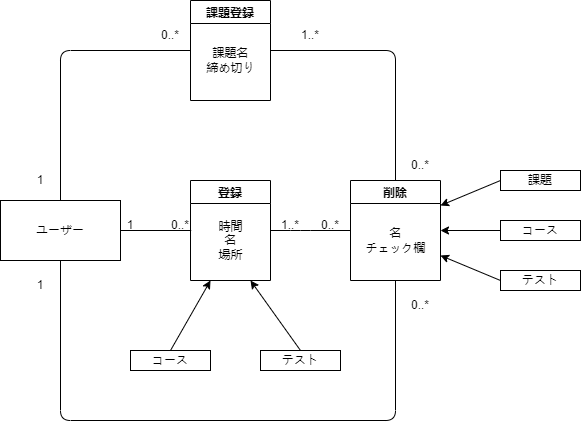
Before: Class-1.drawio.png, a diagram exported from draw.io (Hu-Hanxu/First-App-Self-Management-). Source tidied: cells renumbered, new cells last; positions are measured from the earlier drawing's top-left corner, leaving out a move shared by most shapes. Source of this version:
```xml
<mxGraphModel>
  <root>
    <mxCell id="0" />
    <mxCell id="1" parent="0" />
    <mxCell id="2" value="登録" style="swimlane;" parent="1" vertex="1">
      <mxGeometry x="190" y="180" width="80" height="100" as="geometry" />
    </mxCell>
    <mxCell id="3" value="時間&lt;br&gt;名&lt;br&gt;場所" style="text;html=1;align=center;verticalAlign=middle;strokeColor=none;fillColor=none;" parent="2" vertex="1">
      <mxGeometry x="15" y="30" width="50" height="60" as="geometry" />
    </mxCell>
    <mxCell id="4" value="課題登録" style="swimlane;" parent="1" vertex="1">
      <mxGeometry x="190" width="80" height="100" as="geometry" />
    </mxCell>
    <mxCell id="5" value="課題名&lt;br&gt;締め切り" style="text;html=1;align=center;verticalAlign=middle;strokeColor=none;fillColor=none;" parent="4" vertex="1">
      <mxGeometry x="5" y="40" width="70" height="40" as="geometry" />
    </mxCell>
    <mxCell id="6" style="endArrow=none;html=1;" parent="1" edge="1">
      <mxGeometry relative="1" as="geometry">
        <mxPoint x="120" y="230" as="sourcePoint" />
        <mxPoint x="190.7" y="230" as="targetPoint" />
      </mxGeometry>
    </mxCell>
    <mxCell id="7" style="endArrow=none;html=1;exitX=0.5;exitY=0;exitDx=0;exitDy=0;entryX=0;entryY=0.5;entryDx=0;entryDy=0;" parent="1" edge="1" target="4">
      <mxGeometry relative="1" as="geometry">
        <mxPoint x="60" y="200" as="sourcePoint" />
        <Array as="points">
          <mxPoint x="60" y="50" />
        </Array>
      </mxGeometry>
    </mxCell>
    <mxCell id="8" value="削除" style="swimlane;" parent="1" vertex="1">
      <mxGeometry x="350" y="180" width="90" height="100" as="geometry" />
    </mxCell>
    <mxCell id="9" value="名&lt;br&gt;チェック欄" style="text;html=1;align=center;verticalAlign=middle;strokeColor=none;fillColor=none;" parent="8" vertex="1">
      <mxGeometry x="5" y="40" width="80" height="40" as="geometry" />
    </mxCell>
    <mxCell id="10" style="endArrow=none;html=1;entryX=0.5;entryY=0;entryDx=0;entryDy=0;exitX=1;exitY=0.5;exitDx=0;exitDy=0;" parent="1" edge="1" source="4" target="8">
      <mxGeometry relative="1" as="geometry">
        <Array as="points">
          <mxPoint x="395" y="50" />
        </Array>
      </mxGeometry>
    </mxCell>
    <mxCell id="11" style="edgeStyle=none;html=1;exitX=0;exitY=0.5;exitDx=0;exitDy=0;entryX=1;entryY=0.25;entryDx=0;entryDy=0;" parent="1" edge="1" source="12" target="8">
      <mxGeometry relative="1" as="geometry" />
    </mxCell>
    <mxCell id="12" value="課題" style="rounded=0;whiteSpace=wrap;html=1;" parent="1" vertex="1">
      <mxGeometry x="500" y="170" width="80" height="20" as="geometry" />
    </mxCell>
    <mxCell id="13" style="edgeStyle=none;html=1;exitX=0;exitY=0.5;exitDx=0;exitDy=0;entryX=1;entryY=0.5;entryDx=0;entryDy=0;" parent="1" edge="1" source="14" target="8">
      <mxGeometry relative="1" as="geometry" />
    </mxCell>
    <mxCell id="14" value="コース" style="rounded=0;whiteSpace=wrap;html=1;" parent="1" vertex="1">
      <mxGeometry x="500" y="220" width="80" height="20" as="geometry" />
    </mxCell>
    <mxCell id="15" style="edgeStyle=none;html=1;exitX=0;exitY=0.5;exitDx=0;exitDy=0;entryX=1;entryY=0.75;entryDx=0;entryDy=0;" parent="1" edge="1" source="16" target="8">
      <mxGeometry relative="1" as="geometry" />
    </mxCell>
    <mxCell id="16" value="テスト" style="rounded=0;whiteSpace=wrap;html=1;" parent="1" vertex="1">
      <mxGeometry x="500" y="270" width="80" height="20" as="geometry" />
    </mxCell>
    <mxCell id="17" style="endArrow=none;html=1;entryX=0;entryY=0.5;entryDx=0;entryDy=0;exitX=1;exitY=0.5;exitDx=0;exitDy=0;" parent="1" edge="1" source="2" target="8">
      <mxGeometry relative="1" as="geometry">
        <Array as="points">
          <mxPoint x="300" y="230" />
        </Array>
      </mxGeometry>
    </mxCell>
    <mxCell id="18" style="edgeStyle=none;html=1;exitX=0.5;exitY=0;exitDx=0;exitDy=0;entryX=0.25;entryY=1;entryDx=0;entryDy=0;" parent="1" edge="1" source="19" target="2">
      <mxGeometry relative="1" as="geometry" />
    </mxCell>
    <mxCell id="19" value="コース" style="rounded=0;whiteSpace=wrap;html=1;" parent="1" vertex="1">
      <mxGeometry x="130" y="350" width="80" height="20" as="geometry" />
    </mxCell>
    <mxCell id="20" style="edgeStyle=none;html=1;exitX=0.5;exitY=0;exitDx=0;exitDy=0;entryX=0.75;entryY=1;entryDx=0;entryDy=0;" parent="1" edge="1" source="21" target="2">
      <mxGeometry relative="1" as="geometry" />
    </mxCell>
    <mxCell id="21" value="テスト" style="rounded=0;whiteSpace=wrap;html=1;" parent="1" vertex="1">
      <mxGeometry x="260" y="350" width="80" height="20" as="geometry" />
    </mxCell>
    <mxCell id="22" style="endArrow=none;html=1;entryX=0.5;entryY=1;entryDx=0;entryDy=0;exitX=0.5;exitY=1;exitDx=0;exitDy=0;" parent="1" edge="1" source="8">
      <mxGeometry relative="1" as="geometry">
        <mxPoint x="60" y="260" as="targetPoint" />
        <Array as="points">
          <mxPoint x="395" y="420" />
          <mxPoint x="60" y="420" />
        </Array>
      </mxGeometry>
    </mxCell>
    <mxCell id="23" value="ユーザー" style="rounded=0;whiteSpace=wrap;html=1;" parent="1" vertex="1">
      <mxGeometry y="200" width="120" height="60" as="geometry" />
    </mxCell>
    <mxCell id="24" value="1" style="text;html=1;strokeColor=none;fillColor=none;align=center;verticalAlign=middle;whiteSpace=wrap;rounded=0;" parent="1" vertex="1">
      <mxGeometry x="10" y="165" width="60" height="30" as="geometry" />
    </mxCell>
    <mxCell id="25" value="1" style="text;html=1;strokeColor=none;fillColor=none;align=center;verticalAlign=middle;whiteSpace=wrap;rounded=0;" parent="1" vertex="1">
      <mxGeometry x="100" y="210" width="60" height="30" as="geometry" />
    </mxCell>
    <mxCell id="26" value="1" style="text;html=1;strokeColor=none;fillColor=none;align=center;verticalAlign=middle;whiteSpace=wrap;rounded=0;" parent="1" vertex="1">
      <mxGeometry x="10" y="270" width="60" height="30" as="geometry" />
    </mxCell>
    <mxCell id="27" value="0..*" style="text;html=1;strokeColor=none;fillColor=none;align=center;verticalAlign=middle;whiteSpace=wrap;rounded=0;" parent="1" vertex="1">
      <mxGeometry x="140" y="20" width="60" height="30" as="geometry" />
    </mxCell>
    <mxCell id="28" value="1..*" style="text;html=1;strokeColor=none;fillColor=none;align=center;verticalAlign=middle;whiteSpace=wrap;rounded=0;" parent="1" vertex="1">
      <mxGeometry x="280" y="20" width="60" height="30" as="geometry" />
    </mxCell>
    <mxCell id="29" value="0..*" style="text;html=1;strokeColor=none;fillColor=none;align=center;verticalAlign=middle;whiteSpace=wrap;rounded=0;" parent="1" vertex="1">
      <mxGeometry x="150" y="210" width="60" height="30" as="geometry" />
    </mxCell>
    <mxCell id="30" value="1..*" style="text;html=1;strokeColor=none;fillColor=none;align=center;verticalAlign=middle;whiteSpace=wrap;rounded=0;" parent="1" vertex="1">
      <mxGeometry x="260" y="210" width="60" height="30" as="geometry" />
    </mxCell>
    <mxCell id="31" value="0..*" style="text;html=1;strokeColor=none;fillColor=none;align=center;verticalAlign=middle;whiteSpace=wrap;rounded=0;" parent="1" vertex="1">
      <mxGeometry x="300" y="210" width="60" height="30" as="geometry" />
    </mxCell>
    <mxCell id="32" value="0..*" style="text;html=1;strokeColor=none;fillColor=none;align=center;verticalAlign=middle;whiteSpace=wrap;rounded=0;" parent="1" vertex="1">
      <mxGeometry x="390" y="150" width="60" height="30" as="geometry" />
    </mxCell>
    <mxCell id="33" value="0..*" style="text;html=1;strokeColor=none;fillColor=none;align=center;verticalAlign=middle;whiteSpace=wrap;rounded=0;" parent="1" vertex="1">
      <mxGeometry x="390" y="290" width="60" height="30" as="geometry" />
    </mxCell>
  </root>
</mxGraphModel>
```
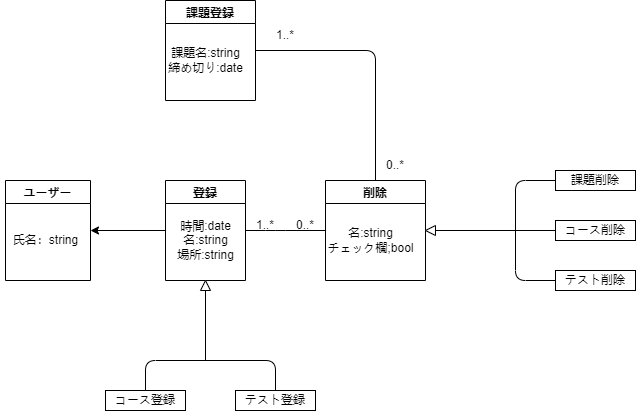
Later version of the same file.

Change to the diagram source:
```diff
@@ -2,62 +2,42 @@
   <root>
     <mxCell id="0" />
     <mxCell id="1" parent="0" />
+    <mxCell id="34" style="edgeStyle=none;html=1;" parent="1" edge="1" source="2" target="23">
+      <mxGeometry relative="1" as="geometry" />
+    </mxCell>
     <mxCell id="2" value="登録" style="swimlane;" parent="1" vertex="1">
       <mxGeometry x="190" y="180" width="80" height="100" as="geometry" />
     </mxCell>
-    <mxCell id="3" value="時間&lt;br&gt;名&lt;br&gt;場所" style="text;html=1;align=center;verticalAlign=middle;strokeColor=none;fillColor=none;" parent="2" vertex="1">
-      <mxGeometry x="15" y="30" width="50" height="60" as="geometry" />
+    <mxCell id="3" value="時間:date&lt;br&gt;名:string&lt;br&gt;場所:string" style="text;html=1;align=center;verticalAlign=middle;strokeColor=none;fillColor=none;" parent="2" vertex="1">
+      <mxGeometry y="30" width="80" height="60" as="geometry" />
     </mxCell>
     <mxCell id="4" value="課題登録" style="swimlane;" parent="1" vertex="1">
-      <mxGeometry x="190" width="80" height="100" as="geometry" />
+      <mxGeometry x="190" width="90" height="100" as="geometry" />
     </mxCell>
-    <mxCell id="5" value="課題名&lt;br&gt;締め切り" style="text;html=1;align=center;verticalAlign=middle;strokeColor=none;fillColor=none;" parent="4" vertex="1">
-      <mxGeometry x="5" y="40" width="70" height="40" as="geometry" />
+    <mxCell id="5" value="課題名:string&lt;br&gt;締め切り:date" style="text;html=1;align=center;verticalAlign=middle;strokeColor=none;fillColor=none;" parent="4" vertex="1">
+      <mxGeometry x="-10" y="40" width="100" height="40" as="geometry" />
     </mxCell>
-    <mxCell id="6" style="endArrow=none;html=1;" parent="1" edge="1">
-      <mxGeometry relative="1" as="geometry">
-        <mxPoint x="120" y="230" as="sourcePoint" />
-        <mxPoint x="190.7" y="230" as="targetPoint" />
-      </mxGeometry>
-    </mxCell>
-    <mxCell id="7" style="endArrow=none;html=1;exitX=0.5;exitY=0;exitDx=0;exitDy=0;entryX=0;entryY=0.5;entryDx=0;entryDy=0;" parent="1" edge="1" target="4">
-      <mxGeometry relative="1" as="geometry">
-        <mxPoint x="60" y="200" as="sourcePoint" />
-        <Array as="points">
-          <mxPoint x="60" y="50" />
-        </Array>
-      </mxGeometry>
-    </mxCell>
     <mxCell id="8" value="削除" style="swimlane;" parent="1" vertex="1">
-      <mxGeometry x="350" y="180" width="90" height="100" as="geometry" />
+      <mxGeometry x="350" y="180" width="100" height="100" as="geometry" />
     </mxCell>
-    <mxCell id="9" value="名&lt;br&gt;チェック欄" style="text;html=1;align=center;verticalAlign=middle;strokeColor=none;fillColor=none;" parent="8" vertex="1">
-      <mxGeometry x="5" y="40" width="80" height="40" as="geometry" />
+    <mxCell id="9" value="名:string&lt;br&gt;チェック欄;bool" style="text;html=1;align=center;verticalAlign=middle;strokeColor=none;fillColor=none;" parent="8" vertex="1">
+      <mxGeometry x="-10" y="40" width="110" height="40" as="geometry" />
     </mxCell>
     <mxCell id="10" style="endArrow=none;html=1;entryX=0.5;entryY=0;entryDx=0;entryDy=0;exitX=1;exitY=0.5;exitDx=0;exitDy=0;" parent="1" edge="1" source="4" target="8">
       <mxGeometry relative="1" as="geometry">
         <Array as="points">
-          <mxPoint x="395" y="50" />
+          <mxPoint x="400" y="50" />
         </Array>
       </mxGeometry>
     </mxCell>
-    <mxCell id="11" style="edgeStyle=none;html=1;exitX=0;exitY=0.5;exitDx=0;exitDy=0;entryX=1;entryY=0.25;entryDx=0;entryDy=0;" parent="1" edge="1" source="12" target="8">
-      <mxGeometry relative="1" as="geometry" />
-    </mxCell>
-    <mxCell id="12" value="課題" style="rounded=0;whiteSpace=wrap;html=1;" parent="1" vertex="1">
-      <mxGeometry x="500" y="170" width="80" height="20" as="geometry" />
+    <mxCell id="12" value="課題削除" style="rounded=0;whiteSpace=wrap;html=1;" parent="1" vertex="1">
+      <mxGeometry x="580" y="170" width="80" height="20" as="geometry" />
     </mxCell>
-    <mxCell id="13" style="edgeStyle=none;html=1;exitX=0;exitY=0.5;exitDx=0;exitDy=0;entryX=1;entryY=0.5;entryDx=0;entryDy=0;" parent="1" edge="1" source="14" target="8">
-      <mxGeometry relative="1" as="geometry" />
-    </mxCell>
-    <mxCell id="14" value="コース" style="rounded=0;whiteSpace=wrap;html=1;" parent="1" vertex="1">
-      <mxGeometry x="500" y="220" width="80" height="20" as="geometry" />
+    <mxCell id="14" value="コース削除" style="rounded=0;whiteSpace=wrap;html=1;" parent="1" vertex="1">
+      <mxGeometry x="580" y="220" width="80" height="20" as="geometry" />
     </mxCell>
-    <mxCell id="15" style="edgeStyle=none;html=1;exitX=0;exitY=0.5;exitDx=0;exitDy=0;entryX=1;entryY=0.75;entryDx=0;entryDy=0;" parent="1" edge="1" source="16" target="8">
-      <mxGeometry relative="1" as="geometry" />
-    </mxCell>
-    <mxCell id="16" value="テスト" style="rounded=0;whiteSpace=wrap;html=1;" parent="1" vertex="1">
-      <mxGeometry x="500" y="270" width="80" height="20" as="geometry" />
+    <mxCell id="16" value="テスト削除" style="rounded=0;whiteSpace=wrap;html=1;" parent="1" vertex="1">
+      <mxGeometry x="580" y="270" width="80" height="20" as="geometry" />
     </mxCell>
     <mxCell id="17" style="endArrow=none;html=1;entryX=0;entryY=0.5;entryDx=0;entryDy=0;exitX=1;exitY=0.5;exitDx=0;exitDy=0;" parent="1" edge="1" source="2" target="8">
       <mxGeometry relative="1" as="geometry">
@@ -66,48 +46,15 @@
         </Array>
       </mxGeometry>
     </mxCell>
-    <mxCell id="18" style="edgeStyle=none;html=1;exitX=0.5;exitY=0;exitDx=0;exitDy=0;entryX=0.25;entryY=1;entryDx=0;entryDy=0;" parent="1" edge="1" source="19" target="2">
-      <mxGeometry relative="1" as="geometry" />
-    </mxCell>
-    <mxCell id="19" value="コース" style="rounded=0;whiteSpace=wrap;html=1;" parent="1" vertex="1">
-      <mxGeometry x="130" y="350" width="80" height="20" as="geometry" />
+    <mxCell id="19" value="コース登録" style="rounded=0;whiteSpace=wrap;html=1;" parent="1" vertex="1">
+      <mxGeometry x="130" y="390" width="80" height="20" as="geometry" />
     </mxCell>
-    <mxCell id="20" style="edgeStyle=none;html=1;exitX=0.5;exitY=0;exitDx=0;exitDy=0;entryX=0.75;entryY=1;entryDx=0;entryDy=0;" parent="1" edge="1" source="21" target="2">
-      <mxGeometry relative="1" as="geometry" />
-    </mxCell>
-    <mxCell id="21" value="テスト" style="rounded=0;whiteSpace=wrap;html=1;" parent="1" vertex="1">
-      <mxGeometry x="260" y="350" width="80" height="20" as="geometry" />
+    <mxCell id="21" value="テスト登録" style="rounded=0;whiteSpace=wrap;html=1;" parent="1" vertex="1">
+      <mxGeometry x="260" y="390" width="80" height="20" as="geometry" />
     </mxCell>
-    <mxCell id="22" style="endArrow=none;html=1;entryX=0.5;entryY=1;entryDx=0;entryDy=0;exitX=0.5;exitY=1;exitDx=0;exitDy=0;" parent="1" edge="1" source="8">
-      <mxGeometry relative="1" as="geometry">
-        <mxPoint x="60" y="260" as="targetPoint" />
-        <Array as="points">
-          <mxPoint x="395" y="420" />
-          <mxPoint x="60" y="420" />
-        </Array>
-      </mxGeometry>
-    </mxCell>
-    <mxCell id="23" value="ユーザー" style="rounded=0;whiteSpace=wrap;html=1;" parent="1" vertex="1">
-      <mxGeometry y="200" width="120" height="60" as="geometry" />
-    </mxCell>
-    <mxCell id="24" value="1" style="text;html=1;strokeColor=none;fillColor=none;align=center;verticalAlign=middle;whiteSpace=wrap;rounded=0;" parent="1" vertex="1">
-      <mxGeometry x="10" y="165" width="60" height="30" as="geometry" />
-    </mxCell>
-    <mxCell id="25" value="1" style="text;html=1;strokeColor=none;fillColor=none;align=center;verticalAlign=middle;whiteSpace=wrap;rounded=0;" parent="1" vertex="1">
-      <mxGeometry x="100" y="210" width="60" height="30" as="geometry" />
-    </mxCell>
-    <mxCell id="26" value="1" style="text;html=1;strokeColor=none;fillColor=none;align=center;verticalAlign=middle;whiteSpace=wrap;rounded=0;" parent="1" vertex="1">
-      <mxGeometry x="10" y="270" width="60" height="30" as="geometry" />
-    </mxCell>
-    <mxCell id="27" value="0..*" style="text;html=1;strokeColor=none;fillColor=none;align=center;verticalAlign=middle;whiteSpace=wrap;rounded=0;" parent="1" vertex="1">
-      <mxGeometry x="140" y="20" width="60" height="30" as="geometry" />
-    </mxCell>
     <mxCell id="28" value="1..*" style="text;html=1;strokeColor=none;fillColor=none;align=center;verticalAlign=middle;whiteSpace=wrap;rounded=0;" parent="1" vertex="1">
       <mxGeometry x="280" y="20" width="60" height="30" as="geometry" />
     </mxCell>
-    <mxCell id="29" value="0..*" style="text;html=1;strokeColor=none;fillColor=none;align=center;verticalAlign=middle;whiteSpace=wrap;rounded=0;" parent="1" vertex="1">
-      <mxGeometry x="150" y="210" width="60" height="30" as="geometry" />
-    </mxCell>
     <mxCell id="30" value="1..*" style="text;html=1;strokeColor=none;fillColor=none;align=center;verticalAlign=middle;whiteSpace=wrap;rounded=0;" parent="1" vertex="1">
       <mxGeometry x="260" y="210" width="60" height="30" as="geometry" />
     </mxCell>
@@ -117,8 +64,42 @@
     <mxCell id="32" value="0..*" style="text;html=1;strokeColor=none;fillColor=none;align=center;verticalAlign=middle;whiteSpace=wrap;rounded=0;" parent="1" vertex="1">
       <mxGeometry x="390" y="150" width="60" height="30" as="geometry" />
     </mxCell>
-    <mxCell id="33" value="0..*" style="text;html=1;strokeColor=none;fillColor=none;align=center;verticalAlign=middle;whiteSpace=wrap;rounded=0;" parent="1" vertex="1">
-      <mxGeometry x="390" y="290" width="60" height="30" as="geometry" />
+    <mxCell id="33" style="endArrow=none;html=1;exitX=0.5;exitY=0;exitDx=0;exitDy=0;entryX=0.5;entryY=0;entryDx=0;entryDy=0;" parent="1" edge="1" source="19" target="21">
+      <mxGeometry relative="1" as="geometry">
+        <Array as="points">
+          <mxPoint x="170" y="360" />
+          <mxPoint x="300" y="360" />
+        </Array>
+      </mxGeometry>
     </mxCell>
+    <mxCell id="35" style="triangle;whiteSpace=wrap;html=1;direction=north;" parent="1" vertex="1">
+      <mxGeometry x="225" y="280" width="10" height="10" as="geometry" />
+    </mxCell>
+    <mxCell id="36" style="endArrow=none;html=1;" parent="1" edge="1">
+      <mxGeometry relative="1" as="geometry">
+        <mxPoint x="230" y="360" as="sourcePoint" />
+        <mxPoint x="230" y="290" as="targetPoint" />
+      </mxGeometry>
+    </mxCell>
+    <mxCell id="37" style="endArrow=none;html=1;entryX=0;entryY=0.5;entryDx=0;entryDy=0;exitX=0;exitY=0.5;exitDx=0;exitDy=0;" parent="1" edge="1" source="16" target="12">
+      <mxGeometry relative="1" as="geometry">
+        <Array as="points">
+          <mxPoint x="540" y="280" />
+          <mxPoint x="540" y="180" />
+        </Array>
+      </mxGeometry>
+    </mxCell>
+    <mxCell id="38" style="endArrow=none;html=1;entryX=0;entryY=0.5;entryDx=0;entryDy=0;exitX=0;exitY=0.5;exitDx=0;exitDy=0;" parent="1" edge="1" source="39" target="14">
+      <mxGeometry relative="1" as="geometry" />
+    </mxCell>
+    <mxCell id="39" style="triangle;whiteSpace=wrap;html=1;direction=west;" parent="1" vertex="1">
+      <mxGeometry x="450" y="225" width="10" height="10" as="geometry" />
+    </mxCell>
+    <mxCell id="23" value="ユーザー" style="swimlane;startSize=23;" parent="1" vertex="1">
+      <mxGeometry x="30" y="180" width="85" height="100" as="geometry" />
+    </mxCell>
+    <mxCell id="40" value="氏名：string" style="text;html=1;align=center;verticalAlign=middle;strokeColor=none;fillColor=none;" parent="23" vertex="1">
+      <mxGeometry x="-5" y="45" width="90" height="30" as="geometry" />
+    </mxCell>
   </root>
 </mxGraphModel>
```
